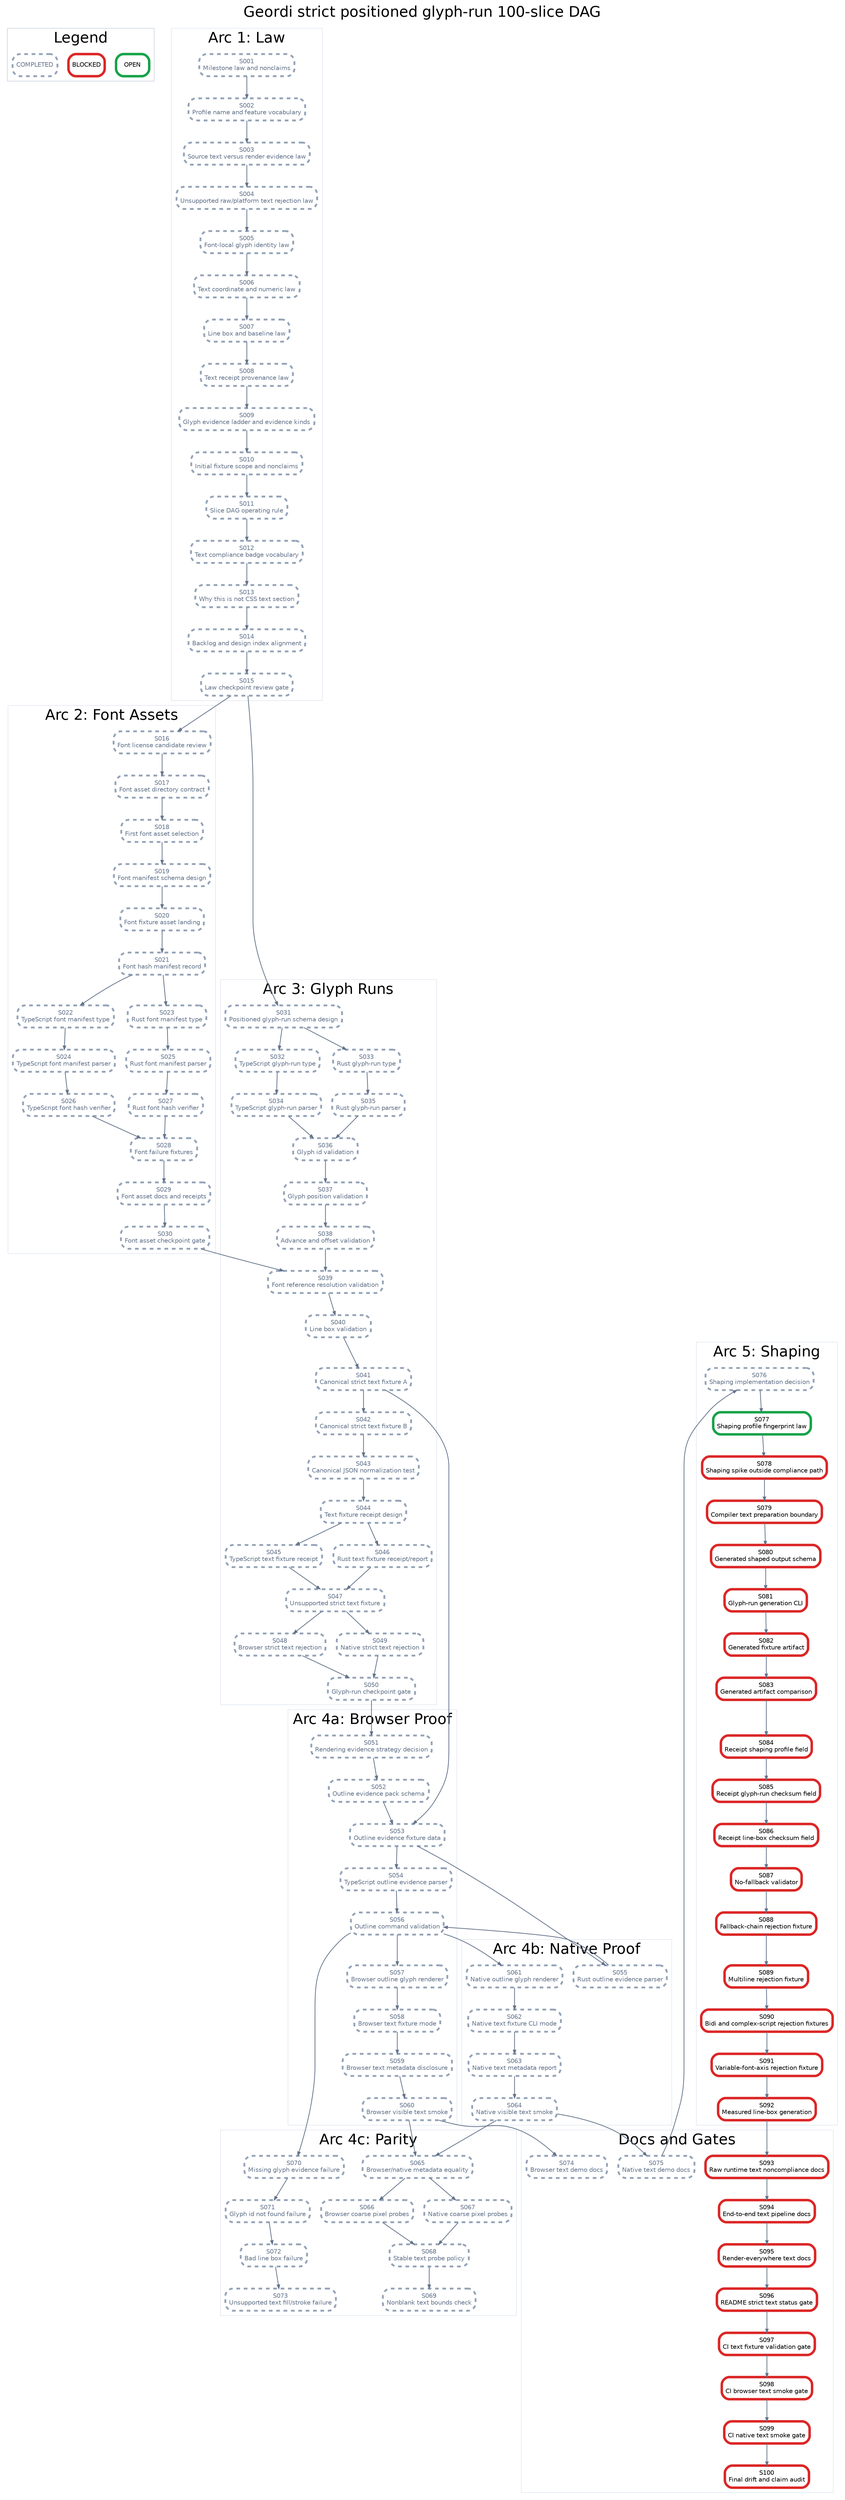
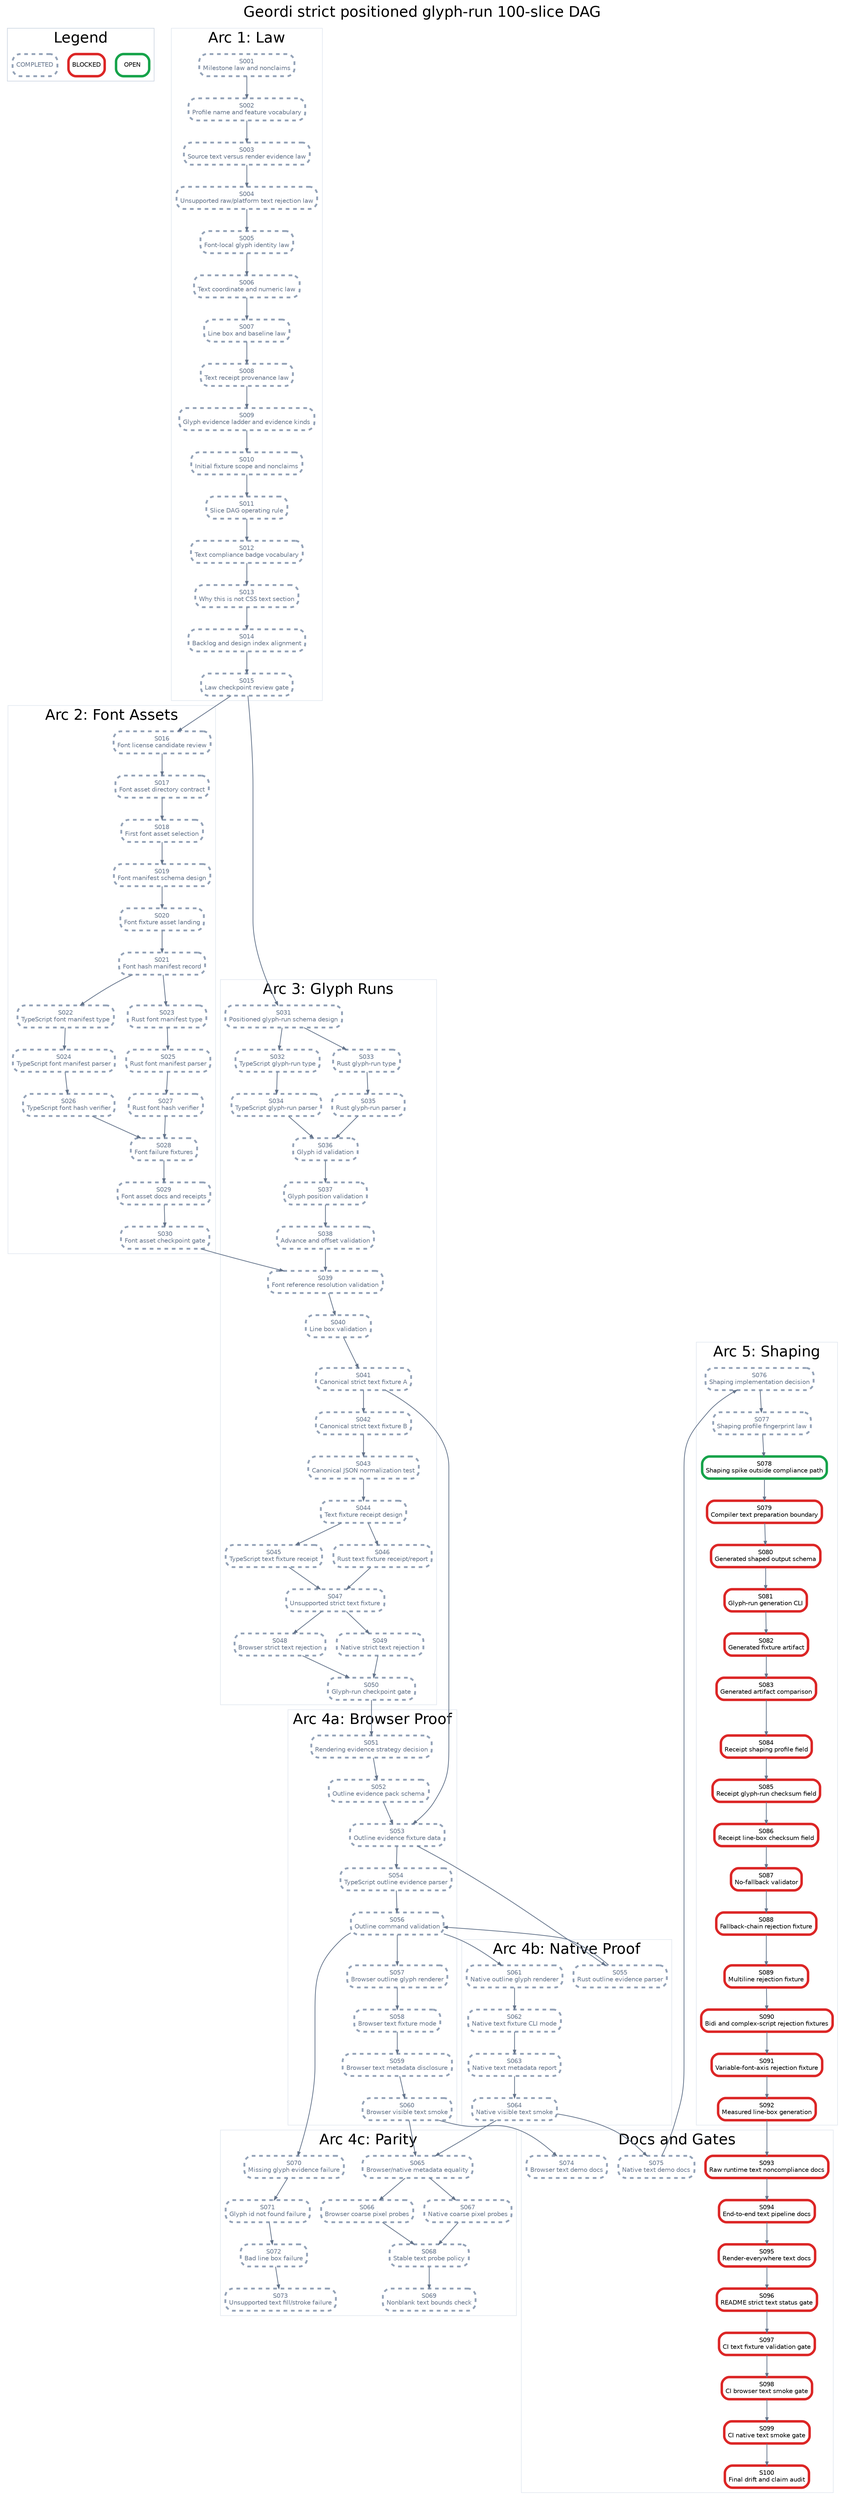
digraph StrictPositionedGlyphRunPlan {
  graph [rankdir=TB, bgcolor="white", fontname="Helvetica", label="Geordi strict positioned glyph-run 100-slice DAG", labelloc="t", fontsize=24];
  node [shape=box, style="rounded,filled", fillcolor="white", fontname="Helvetica", fontsize=10, margin="0.08,0.05"];
  edge [color="#64748b", arrowsize=0.6, penwidth=1.2];

  subgraph cluster_legend {
    label="Legend";
    color="#cbd5e1";
    legend_open [label="OPEN", color="#16a34a", penwidth=4];
    legend_blocked [label="BLOCKED", color="#dc2626", penwidth=4];
    legend_done [label="COMPLETED", color="#94a3b8", penwidth=3, style="rounded,filled,dashed", fontcolor="#64748b"];
  }

  subgraph cluster_law {
    label="Arc 1: Law";
    color="#e2e8f0";
    S001 [label="S001\nMilestone law and nonclaims", color="#94a3b8", penwidth=3, style="rounded,filled,dashed", fontcolor="#64748b"];
    S002 [label="S002\nProfile name and feature vocabulary", color="#94a3b8", penwidth=3, style="rounded,filled,dashed", fontcolor="#64748b"];
    S003 [label="S003\nSource text versus render evidence law", color="#94a3b8", penwidth=3, style="rounded,filled,dashed", fontcolor="#64748b"];
    S004 [label="S004\nUnsupported raw/platform text rejection law", color="#94a3b8", penwidth=3, style="rounded,filled,dashed", fontcolor="#64748b"];
    S005 [label="S005\nFont-local glyph identity law", color="#94a3b8", penwidth=3, style="rounded,filled,dashed", fontcolor="#64748b"];
    S006 [label="S006\nText coordinate and numeric law", color="#94a3b8", penwidth=3, style="rounded,filled,dashed", fontcolor="#64748b"];
    S007 [label="S007\nLine box and baseline law", color="#94a3b8", penwidth=3, style="rounded,filled,dashed", fontcolor="#64748b"];
    S008 [label="S008\nText receipt provenance law", color="#94a3b8", penwidth=3, style="rounded,filled,dashed", fontcolor="#64748b"];
    S009 [label="S009\nGlyph evidence ladder and evidence kinds", color="#94a3b8", penwidth=3, style="rounded,filled,dashed", fontcolor="#64748b"];
    S010 [label="S010\nInitial fixture scope and nonclaims", color="#94a3b8", penwidth=3, style="rounded,filled,dashed", fontcolor="#64748b"];
    S011 [label="S011\nSlice DAG operating rule", color="#94a3b8", penwidth=3, style="rounded,filled,dashed", fontcolor="#64748b"];
    S012 [label="S012\nText compliance badge vocabulary", color="#94a3b8", penwidth=3, style="rounded,filled,dashed", fontcolor="#64748b"];
    S013 [label="S013\nWhy this is not CSS text section", color="#94a3b8", penwidth=3, style="rounded,filled,dashed", fontcolor="#64748b"];
    S014 [label="S014\nBacklog and design index alignment", color="#94a3b8", penwidth=3, style="rounded,filled,dashed", fontcolor="#64748b"];
    S015 [label="S015\nLaw checkpoint review gate", color="#94a3b8", penwidth=3, style="rounded,filled,dashed", fontcolor="#64748b"];
  }

  subgraph cluster_assets {
    label="Arc 2: Font Assets";
    color="#e2e8f0";
    S016 [label="S016\nFont license candidate review", color="#94a3b8", penwidth=3, style="rounded,filled,dashed", fontcolor="#64748b"];
    S017 [label="S017\nFont asset directory contract", color="#94a3b8", penwidth=3, style="rounded,filled,dashed", fontcolor="#64748b"];
    S018 [label="S018\nFirst font asset selection", color="#94a3b8", penwidth=3, style="rounded,filled,dashed", fontcolor="#64748b"];
    S019 [label="S019\nFont manifest schema design", color="#94a3b8", penwidth=3, style="rounded,filled,dashed", fontcolor="#64748b"];
    S020 [label="S020\nFont fixture asset landing", color="#94a3b8", penwidth=3, style="rounded,filled,dashed", fontcolor="#64748b"];
    S021 [label="S021\nFont hash manifest record", color="#94a3b8", penwidth=3, style="rounded,filled,dashed", fontcolor="#64748b"];
    S022 [label="S022\nTypeScript font manifest type", color="#94a3b8", penwidth=3, style="rounded,filled,dashed", fontcolor="#64748b"];
    S023 [label="S023\nRust font manifest type", color="#94a3b8", penwidth=3, style="rounded,filled,dashed", fontcolor="#64748b"];
    S024 [label="S024\nTypeScript font manifest parser", color="#94a3b8", penwidth=3, style="rounded,filled,dashed", fontcolor="#64748b"];
    S025 [label="S025\nRust font manifest parser", color="#94a3b8", penwidth=3, style="rounded,filled,dashed", fontcolor="#64748b"];
    S026 [label="S026\nTypeScript font hash verifier", color="#94a3b8", penwidth=3, style="rounded,filled,dashed", fontcolor="#64748b"];
    S027 [label="S027\nRust font hash verifier", color="#94a3b8", penwidth=3, style="rounded,filled,dashed", fontcolor="#64748b"];
    S028 [label="S028\nFont failure fixtures", color="#94a3b8", penwidth=3, style="rounded,filled,dashed", fontcolor="#64748b"];
    S029 [label="S029\nFont asset docs and receipts", color="#94a3b8", penwidth=3, style="rounded,filled,dashed", fontcolor="#64748b"];
    S030 [label="S030\nFont asset checkpoint gate", color="#94a3b8", penwidth=3, style="rounded,filled,dashed", fontcolor="#64748b"];
  }

  subgraph cluster_glyph {
    label="Arc 3: Glyph Runs";
    color="#e2e8f0";
    S031 [label="S031\nPositioned glyph-run schema design", color="#94a3b8", penwidth=3, style="rounded,filled,dashed", fontcolor="#64748b"];
    S032 [label="S032\nTypeScript glyph-run type", color="#94a3b8", penwidth=3, style="rounded,filled,dashed", fontcolor="#64748b"];
    S033 [label="S033\nRust glyph-run type", color="#94a3b8", penwidth=3, style="rounded,filled,dashed", fontcolor="#64748b"];
    S034 [label="S034\nTypeScript glyph-run parser", color="#94a3b8", penwidth=3, style="rounded,filled,dashed", fontcolor="#64748b"];
    S035 [label="S035\nRust glyph-run parser", color="#94a3b8", penwidth=3, style="rounded,filled,dashed", fontcolor="#64748b"];
    S036 [label="S036\nGlyph id validation", color="#94a3b8", penwidth=3, style="rounded,filled,dashed", fontcolor="#64748b"];
    S037 [label="S037\nGlyph position validation", color="#94a3b8", penwidth=3, style="rounded,filled,dashed", fontcolor="#64748b"];
    S038 [label="S038\nAdvance and offset validation", color="#94a3b8", penwidth=3, style="rounded,filled,dashed", fontcolor="#64748b"];
    S039 [label="S039\nFont reference resolution validation", color="#94a3b8", penwidth=3, style="rounded,filled,dashed", fontcolor="#64748b"];
    S040 [label="S040\nLine box validation", color="#94a3b8", penwidth=3, style="rounded,filled,dashed", fontcolor="#64748b"];
    S041 [label="S041\nCanonical strict text fixture A", color="#94a3b8", penwidth=3, style="rounded,filled,dashed", fontcolor="#64748b"];
    S042 [label="S042\nCanonical strict text fixture B", color="#94a3b8", penwidth=3, style="rounded,filled,dashed", fontcolor="#64748b"];
    S043 [label="S043\nCanonical JSON normalization test", color="#94a3b8", penwidth=3, style="rounded,filled,dashed", fontcolor="#64748b"];
    S044 [label="S044\nText fixture receipt design", color="#94a3b8", penwidth=3, style="rounded,filled,dashed", fontcolor="#64748b"];
    S045 [label="S045\nTypeScript text fixture receipt", color="#94a3b8", penwidth=3, style="rounded,filled,dashed", fontcolor="#64748b"];
    S046 [label="S046\nRust text fixture receipt/report", color="#94a3b8", penwidth=3, style="rounded,filled,dashed", fontcolor="#64748b"];
    S047 [label="S047\nUnsupported strict text fixture", color="#94a3b8", penwidth=3, style="rounded,filled,dashed", fontcolor="#64748b"];
    S048 [label="S048\nBrowser strict text rejection", color="#94a3b8", penwidth=3, style="rounded,filled,dashed", fontcolor="#64748b"];
    S049 [label="S049\nNative strict text rejection", color="#94a3b8", penwidth=3, style="rounded,filled,dashed", fontcolor="#64748b"];
    S050 [label="S050\nGlyph-run checkpoint gate", color="#94a3b8", penwidth=3, style="rounded,filled,dashed", fontcolor="#64748b"];
  }

  subgraph cluster_browser {
    label="Arc 4a: Browser Proof";
    color="#e2e8f0";
    S051 [label="S051\nRendering evidence strategy decision", color="#94a3b8", penwidth=3, style="rounded,filled,dashed", fontcolor="#64748b"];
    S052 [label="S052\nOutline evidence pack schema", color="#94a3b8", penwidth=3, style="rounded,filled,dashed", fontcolor="#64748b"];
    S053 [label="S053\nOutline evidence fixture data", color="#94a3b8", penwidth=3, style="rounded,filled,dashed", fontcolor="#64748b"];
    S054 [label="S054\nTypeScript outline evidence parser", color="#94a3b8", penwidth=3, style="rounded,filled,dashed", fontcolor="#64748b"];
    S056 [label="S056\nOutline command validation", color="#94a3b8", penwidth=3, style="rounded,filled,dashed", fontcolor="#64748b"];
    S057 [label="S057\nBrowser outline glyph renderer", color="#94a3b8", penwidth=3, style="rounded,filled,dashed", fontcolor="#64748b"];
    S058 [label="S058\nBrowser text fixture mode", color="#94a3b8", penwidth=3, style="rounded,filled,dashed", fontcolor="#64748b"];
    S059 [label="S059\nBrowser text metadata disclosure", color="#94a3b8", penwidth=3, style="rounded,filled,dashed", fontcolor="#64748b"];
    S060 [label="S060\nBrowser visible text smoke", color="#94a3b8", penwidth=3, style="rounded,filled,dashed", fontcolor="#64748b"];
  }

  subgraph cluster_native {
    label="Arc 4b: Native Proof";
    color="#e2e8f0";
    S055 [label="S055\nRust outline evidence parser", color="#94a3b8", penwidth=3, style="rounded,filled,dashed", fontcolor="#64748b"];
    S061 [label="S061\nNative outline glyph renderer", color="#94a3b8", penwidth=3, style="rounded,filled,dashed", fontcolor="#64748b"];
    S062 [label="S062\nNative text fixture CLI mode", color="#94a3b8", penwidth=3, style="rounded,filled,dashed", fontcolor="#64748b"];
    S063 [label="S063\nNative text metadata report", color="#94a3b8", penwidth=3, style="rounded,filled,dashed", fontcolor="#64748b"];
    S064 [label="S064\nNative visible text smoke", color="#94a3b8", penwidth=3, style="rounded,filled,dashed", fontcolor="#64748b"];
  }

  subgraph cluster_parity {
    label="Arc 4c: Parity";
    color="#e2e8f0";
    S065 [label="S065\nBrowser/native metadata equality", color="#94a3b8", penwidth=3, style="rounded,filled,dashed", fontcolor="#64748b"];
    S066 [label="S066\nBrowser coarse pixel probes", color="#94a3b8", penwidth=3, style="rounded,filled,dashed", fontcolor="#64748b"];
    S067 [label="S067\nNative coarse pixel probes", color="#94a3b8", penwidth=3, style="rounded,filled,dashed", fontcolor="#64748b"];
    S068 [label="S068\nStable text probe policy", color="#94a3b8", penwidth=3, style="rounded,filled,dashed", fontcolor="#64748b"];
    S069 [label="S069\nNonblank text bounds check", color="#94a3b8", penwidth=3, style="rounded,filled,dashed", fontcolor="#64748b"];
    S070 [label="S070\nMissing glyph evidence failure", color="#94a3b8", penwidth=3, style="rounded,filled,dashed", fontcolor="#64748b"];
    S071 [label="S071\nGlyph id not found failure", color="#94a3b8", penwidth=3, style="rounded,filled,dashed", fontcolor="#64748b"];
    S072 [label="S072\nBad line box failure", color="#94a3b8", penwidth=3, style="rounded,filled,dashed", fontcolor="#64748b"];
    S073 [label="S073\nUnsupported text fill/stroke failure", color="#94a3b8", penwidth=3, style="rounded,filled,dashed", fontcolor="#64748b"];
  }

  subgraph cluster_shaping {
    label="Arc 5: Shaping";
    color="#e2e8f0";
    S076 [label="S076\nShaping implementation decision", color="#94a3b8", penwidth=3, style="rounded,filled,dashed", fontcolor="#64748b"];
-     S077 [label="S077\nShaping profile fingerprint law", color="#16a34a", penwidth=4];
-     S078 [label="S078\nShaping spike outside compliance path", color="#dc2626", penwidth=4];
+     S077 [label="S077\nShaping profile fingerprint law", color="#94a3b8", penwidth=3, style="rounded,filled,dashed", fontcolor="#64748b"];
+     S078 [label="S078\nShaping spike outside compliance path", color="#16a34a", penwidth=4];
    S079 [label="S079\nCompiler text preparation boundary", color="#dc2626", penwidth=4];
    S080 [label="S080\nGenerated shaped output schema", color="#dc2626", penwidth=4];
    S081 [label="S081\nGlyph-run generation CLI", color="#dc2626", penwidth=4];
    S082 [label="S082\nGenerated fixture artifact", color="#dc2626", penwidth=4];
    S083 [label="S083\nGenerated artifact comparison", color="#dc2626", penwidth=4];
    S084 [label="S084\nReceipt shaping profile field", color="#dc2626", penwidth=4];
    S085 [label="S085\nReceipt glyph-run checksum field", color="#dc2626", penwidth=4];
    S086 [label="S086\nReceipt line-box checksum field", color="#dc2626", penwidth=4];
    S087 [label="S087\nNo-fallback validator", color="#dc2626", penwidth=4];
    S088 [label="S088\nFallback-chain rejection fixture", color="#dc2626", penwidth=4];
    S089 [label="S089\nMultiline rejection fixture", color="#dc2626", penwidth=4];
    S090 [label="S090\nBidi and complex-script rejection fixtures", color="#dc2626", penwidth=4];
    S091 [label="S091\nVariable-font-axis rejection fixture", color="#dc2626", penwidth=4];
    S092 [label="S092\nMeasured line-box generation", color="#dc2626", penwidth=4];
  }

  subgraph cluster_docs {
    label="Docs and Gates";
    color="#e2e8f0";
    S074 [label="S074\nBrowser text demo docs", color="#94a3b8", penwidth=3, style="rounded,filled,dashed", fontcolor="#64748b"];
    S075 [label="S075\nNative text demo docs", color="#94a3b8", penwidth=3, style="rounded,filled,dashed", fontcolor="#64748b"];
    S093 [label="S093\nRaw runtime text noncompliance docs", color="#dc2626", penwidth=4];
    S094 [label="S094\nEnd-to-end text pipeline docs", color="#dc2626", penwidth=4];
    S095 [label="S095\nRender-everywhere text docs", color="#dc2626", penwidth=4];
    S096 [label="S096\nREADME strict text status gate", color="#dc2626", penwidth=4];
    S097 [label="S097\nCI text fixture validation gate", color="#dc2626", penwidth=4];
    S098 [label="S098\nCI browser text smoke gate", color="#dc2626", penwidth=4];
    S099 [label="S099\nCI native text smoke gate", color="#dc2626", penwidth=4];
    S100 [label="S100\nFinal drift and claim audit", color="#dc2626", penwidth=4];
  }

  S001 -> S002;
  S002 -> S003;
  S003 -> S004;
  S004 -> S005;
  S005 -> S006;
  S006 -> S007;
  S007 -> S008;
  S008 -> S009;
  S009 -> S010;
  S010 -> S011;
  S011 -> S012;
  S012 -> S013;
  S013 -> S014;
  S014 -> S015;
  S015 -> S016;
  S016 -> S017;
  S017 -> S018;
  S018 -> S019;
  S019 -> S020;
  S020 -> S021;
  S021 -> S022;
  S021 -> S023;
  S022 -> S024;
  S023 -> S025;
  S024 -> S026;
  S025 -> S027;
  S026 -> S028;
  S027 -> S028;
  S028 -> S029;
  S029 -> S030;
  S015 -> S031;
  S031 -> S032;
  S031 -> S033;
  S032 -> S034;
  S033 -> S035;
  S034 -> S036;
  S035 -> S036;
  S036 -> S037;
  S037 -> S038;
  S038 -> S039;
  S039 -> S040;
  S030 -> S039;
  S040 -> S041;
  S041 -> S042;
  S042 -> S043;
  S043 -> S044;
  S044 -> S045;
  S044 -> S046;
  S045 -> S047;
  S046 -> S047;
  S047 -> S048;
  S047 -> S049;
  S048 -> S050;
  S049 -> S050;
  S050 -> S051;
  S051 -> S052;
  S052 -> S053;
  S041 -> S053;
  S053 -> S054;
  S053 -> S055;
  S054 -> S056;
  S055 -> S056;
  S056 -> S057;
  S057 -> S058;
  S058 -> S059;
  S059 -> S060;
  S056 -> S061;
  S061 -> S062;
  S062 -> S063;
  S063 -> S064;
  S060 -> S065;
  S064 -> S065;
  S065 -> S066;
  S065 -> S067;
  S066 -> S068;
  S067 -> S068;
  S068 -> S069;
  S056 -> S070;
  S070 -> S071;
  S071 -> S072;
  S072 -> S073;
  S060 -> S074;
  S064 -> S075;
  S075 -> S076;
  S076 -> S077;
  S077 -> S078;
  S078 -> S079;
  S079 -> S080;
  S080 -> S081;
  S081 -> S082;
  S082 -> S083;
  S083 -> S084;
  S084 -> S085;
  S085 -> S086;
  S086 -> S087;
  S087 -> S088;
  S088 -> S089;
  S089 -> S090;
  S090 -> S091;
  S091 -> S092;
  S092 -> S093;
  S093 -> S094;
  S094 -> S095;
  S095 -> S096;
  S096 -> S097;
  S097 -> S098;
  S098 -> S099;
  S099 -> S100;
}
